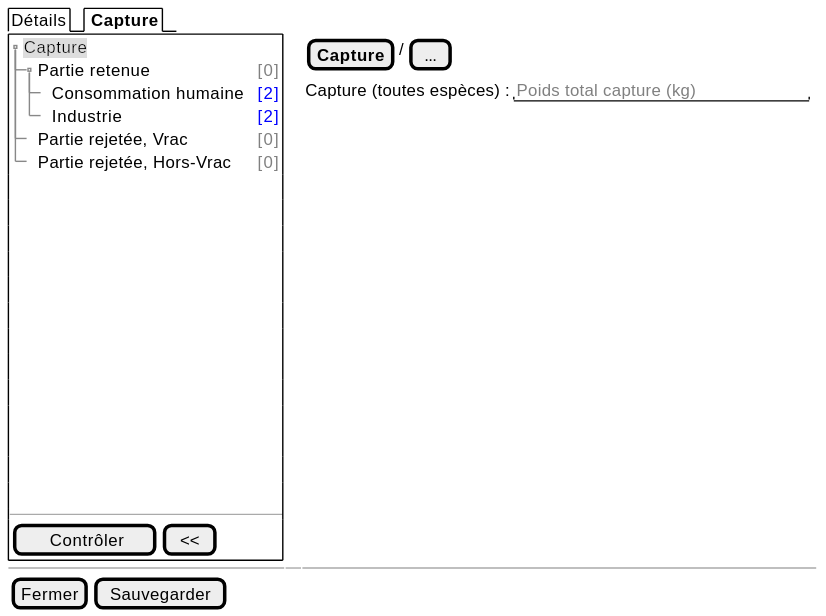
This is projects/obsmer/spe/images/batch/batch-tree.svg from sumaris-net/sumaris-doc, a PlantUML export, as it was before one commit. Its source is kept beside it as projects/obsmer/spe/images/batch/batch-tree.puml. The source it was exported from:
```plantuml
@startsalt
{
  {/ Détails | <b> Capture }
  {+
   {T
       + <back:#DDD>Capture    | .
       ++ Partie retenue       | <color:gray>[0]
       +++ Consommation humaine | <color:blue>[2]
       +++ Industrie | <color:blue>[2]
       ++ Partie rejetée, Vrac | <color:gray>[0]
       ++ Partie rejetée, Hors-Vrac | <color:gray>[0]
   }
    .
    .
    .
    .
    .
    .
    .
    .
    .
    .
    .
    .
    .
   --
   {
      [<&checkmark> Contrôler] | [ << ]
   }
  } | . | {
    { [<b>Capture] | / | [...]}

    {Capture (toutes espèces) (kg) : | " <color:gray>Poids total capture (kg) " }
  }

  -- | -- | --
  { [Fermer] | [Sauvegarder] }
}
@endsalt
```
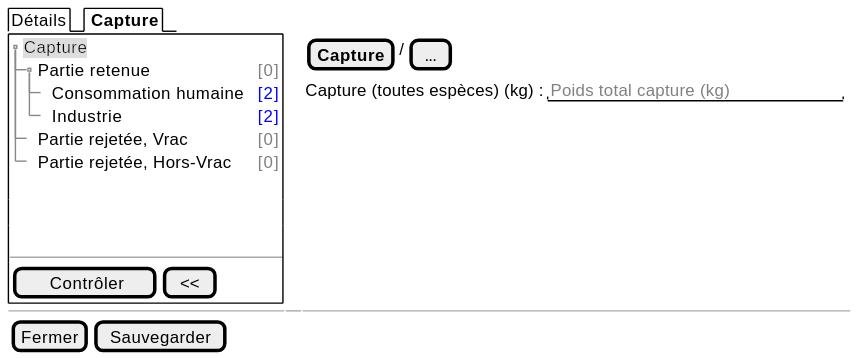
Above is the later version.

The edit, as a diff of the source:
```diff
@@ -10,16 +10,6 @@
        ++ Partie rejetée, Vrac | <color:gray>[0]
        ++ Partie rejetée, Hors-Vrac | <color:gray>[0]
    }
-    .
-    .
-    .
-    .
-    .
-    .
-    .
-    .
-    .
-    .
     .
     .
     .
```
